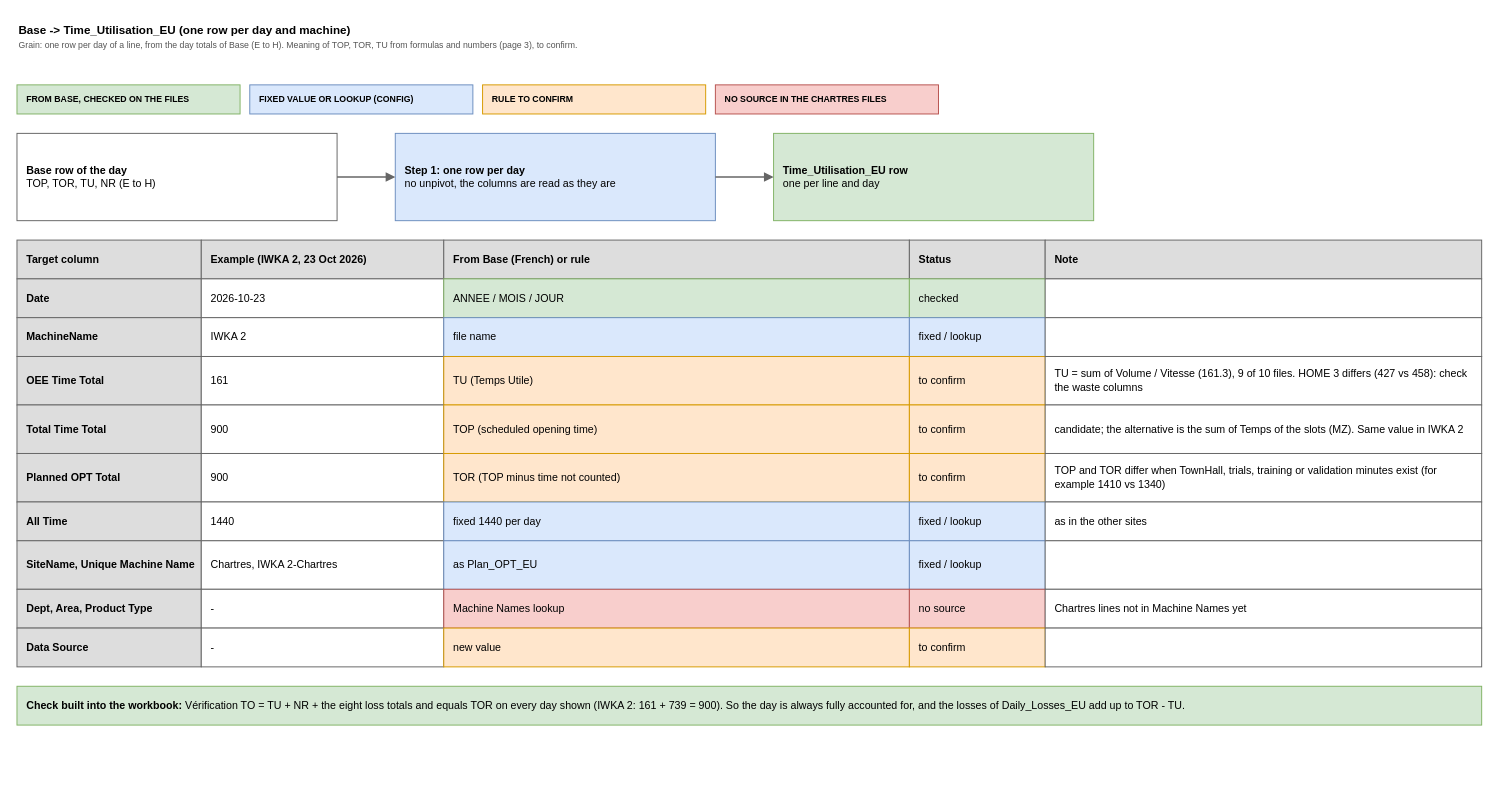
Before: page "6 Base to Time_Utilisation_EU" (7 of 9) of diagrams/chartres-source-map.drawio in AbiyyuMufti/SIH-IBMX-R, a draw.io diagram. Source tidied: cells renumbered, new cells numbered last; positions are measured from the earlier drawing's top-left corner, leaving out a move shared by most shapes. Both pictures are drawn from the tidied source at 97%, with x=0, y=0 at pixel (16, 16).
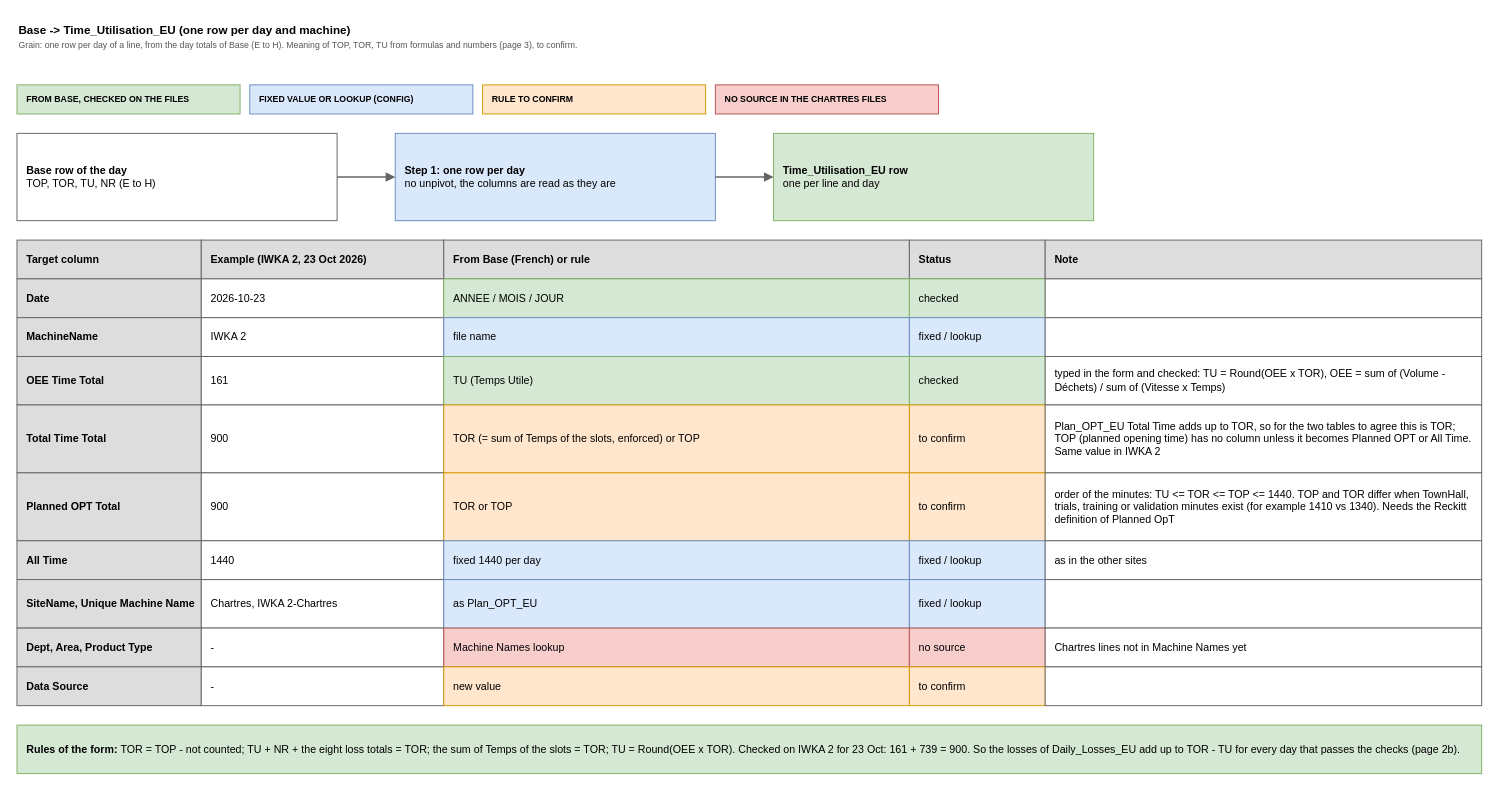
The same page after the edit.

Commit message (it also covers changes not shown here):
Chartres: VBA read as text, rules of the entry form, LineLosses bug, diagram page 2b, Excel written-by column

What changed in the source:
```diff
@@
-    <mxCell id="29" value="TU (Temps Utile)" style="rounded=0;whiteSpace=wrap;html=1;align=left;verticalAlign=middle;spacingLeft=8;spacingRight=6;fontSize=11;fillColor=#ffe6cc;strokeColor=#d79b00;" parent="1" vertex="1">
+    <mxCell id="29" value="TU (Temps Utile)" style="rounded=0;whiteSpace=wrap;html=1;align=left;verticalAlign=middle;spacingLeft=8;spacingRight=6;fontSize=11;fillColor=#d5e8d4;strokeColor=#82b366;" parent="1" vertex="1">
       <mxGeometry x="440" y="350" width="480" height="50" as="geometry" />
     </mxCell>
-    <mxCell id="30" value="to confirm" style="rounded=0;whiteSpace=wrap;html=1;align=left;verticalAlign=middle;spacingLeft=8;spacingRight=6;fontSize=11;fillColor=#ffe6cc;strokeColor=#d79b00;" parent="1" vertex="1">
+    <mxCell id="30" value="checked" style="rounded=0;whiteSpace=wrap;html=1;align=left;verticalAlign=middle;spacingLeft=8;spacingRight=6;fontSize=11;fillColor=#d5e8d4;strokeColor=#82b366;" parent="1" vertex="1">
       <mxGeometry x="920" y="350" width="140" height="50" as="geometry" />
     </mxCell>
-    <mxCell id="31" value="TU = sum of Volume / Vitesse (161.3), 9 of 10 files. HOME 3 differs (427 vs 458): check the waste columns" style="rounded=0;whiteSpace=wrap;html=1;align=left;verticalAlign=middle;spacingLeft=8;spacingRight=6;fontSize=11;fillColor=#ffffff;strokeColor=#666666;" parent="1" vertex="1">
+    <mxCell id="31" value="typed in the form and checked: TU = Round(OEE x TOR), OEE = sum of (Volume - Déchets) / sum of (Vitesse x Temps)" style="rounded=0;whiteSpace=wrap;html=1;align=left;verticalAlign=middle;spacingLeft=8;spacingRight=6;fontSize=11;fillColor=#ffffff;strokeColor=#666666;" parent="1" vertex="1">
       <mxGeometry x="1060" y="350" width="450" height="50" as="geometry" />
     </mxCell>
     <mxCell id="32" value="&lt;b&gt;Total Time Total&lt;/b&gt;" style="rounded=0;whiteSpace=wrap;html=1;align=left;verticalAlign=middle;spacingLeft=8;spacingRight=6;fontSize=11;fillColor=#dddddd;strokeColor=#666666;" parent="1" vertex="1">
-      <mxGeometry y="400" width="190" height="50" as="geometry" />
+      <mxGeometry y="400" width="190" height="70" as="geometry" />
     </mxCell>
     <mxCell id="33" value="900" style="rounded=0;whiteSpace=wrap;html=1;align=left;verticalAlign=middle;spacingLeft=8;spacingRight=6;fontSize=11;fillColor=#ffffff;strokeColor=#666666;" parent="1" vertex="1">
-      <mxGeometry x="190" y="400" width="250" height="50" as="geometry" />
+      <mxGeometry x="190" y="400" width="250" height="70" as="geometry" />
     </mxCell>
-    <mxCell id="34" value="TOP (scheduled opening time)" style="rounded=0;whiteSpace=wrap;html=1;align=left;verticalAlign=middle;spacingLeft=8;spacingRight=6;fontSize=11;fillColor=#ffe6cc;strokeColor=#d79b00;" parent="1" vertex="1">
-      <mxGeometry x="440" y="400" width="480" height="50" as="geometry" />
+    <mxCell id="34" value="TOR (= sum of Temps of the slots, enforced) or TOP" style="rounded=0;whiteSpace=wrap;html=1;align=left;verticalAlign=middle;spacingLeft=8;spacingRight=6;fontSize=11;fillColor=#ffe6cc;strokeColor=#d79b00;" parent="1" vertex="1">
+      <mxGeometry x="440" y="400" width="480" height="70" as="geometry" />
     </mxCell>
     <mxCell id="35" value="to confirm" style="rounded=0;whiteSpace=wrap;html=1;align=left;verticalAlign=middle;spacingLeft=8;spacingRight=6;fontSize=11;fillColor=#ffe6cc;strokeColor=#d79b00;" parent="1" vertex="1">
-      <mxGeometry x="920" y="400" width="140" height="50" as="geometry" />
+      <mxGeometry x="920" y="400" width="140" height="70" as="geometry" />
     </mxCell>
-    <mxCell id="36" value="candidate; the alternative is the sum of Temps of the slots (MZ). Same value in IWKA 2" style="rounded=0;whiteSpace=wrap;html=1;align=left;verticalAlign=middle;spacingLeft=8;spacingRight=6;fontSize=11;fillColor=#ffffff;strokeColor=#666666;" parent="1" vertex="1">
-      <mxGeometry x="1060" y="400" width="450" height="50" as="geometry" />
+    <mxCell id="36" value="Plan_OPT_EU Total Time adds up to TOR, so for the two tables to agree this is TOR; TOP (planned opening time) has no column unless it becomes Planned OPT or All Time. Same value in IWKA 2" style="rounded=0;whiteSpace=wrap;html=1;align=left;verticalAlign=middle;spacingLeft=8;spacingRight=6;fontSize=11;fillColor=#ffffff;strokeColor=#666666;" parent="1" vertex="1">
+      <mxGeometry x="1060" y="400" width="450" height="70" as="geometry" />
     </mxCell>
     <mxCell id="37" value="&lt;b&gt;Planned OPT Total&lt;/b&gt;" style="rounded=0;whiteSpace=wrap;html=1;align=left;verticalAlign=middle;spacingLeft=8;spacingRight=6;fontSize=11;fillColor=#dddddd;strokeColor=#666666;" parent="1" vertex="1">
-      <mxGeometry y="450" width="190" height="50" as="geometry" />
+      <mxGeometry y="470" width="190" height="70" as="geometry" />
     </mxCell>
     <mxCell id="38" value="900" style="rounded=0;whiteSpace=wrap;html=1;align=left;verticalAlign=middle;spacingLeft=8;spacingRight=6;fontSize=11;fillColor=#ffffff;strokeColor=#666666;" parent="1" vertex="1">
-      <mxGeometry x="190" y="450" width="250" height="50" as="geometry" />
+      <mxGeometry x="190" y="470" width="250" height="70" as="geometry" />
     </mxCell>
-    <mxCell id="39" value="TOR (TOP minus time not counted)" style="rounded=0;whiteSpace=wrap;html=1;align=left;verticalAlign=middle;spacingLeft=8;spacingRight=6;fontSize=11;fillColor=#ffe6cc;strokeColor=#d79b00;" parent="1" vertex="1">
-      <mxGeometry x="440" y="450" width="480" height="50" as="geometry" />
+    <mxCell id="39" value="TOR or TOP" style="rounded=0;whiteSpace=wrap;html=1;align=left;verticalAlign=middle;spacingLeft=8;spacingRight=6;fontSize=11;fillColor=#ffe6cc;strokeColor=#d79b00;" parent="1" vertex="1">
+      <mxGeometry x="440" y="470" width="480" height="70" as="geometry" />
     </mxCell>
     <mxCell id="40" value="to confirm" style="rounded=0;whiteSpace=wrap;html=1;align=left;verticalAlign=middle;spacingLeft=8;spacingRight=6;fontSize=11;fillColor=#ffe6cc;strokeColor=#d79b00;" parent="1" vertex="1">
-      <mxGeometry x="920" y="450" width="140" height="50" as="geometry" />
+      <mxGeometry x="920" y="470" width="140" height="70" as="geometry" />
     </mxCell>
-    <mxCell id="41" value="TOP and TOR differ when TownHall, trials, training or validation minutes exist (for example 1410 vs 1340)" style="rounded=0;whiteSpace=wrap;html=1;align=left;verticalAlign=middle;spacingLeft=8;spacingRight=6;fontSize=11;fillColor=#ffffff;strokeColor=#666666;" parent="1" vertex="1">
-      <mxGeometry x="1060" y="450" width="450" height="50" as="geometry" />
+    <mxCell id="41" value="order of the minutes: TU &amp;lt;= TOR &amp;lt;= TOP &amp;lt;= 1440. TOP and TOR differ when TownHall, trials, training or validation minutes exist (for example 1410 vs 1340). Needs the Reckitt definition of Planned OpT" style="rounded=0;whiteSpace=wrap;html=1;align=left;verticalAlign=middle;spacingLeft=8;spacingRight=6;fontSize=11;fillColor=#ffffff;strokeColor=#666666;" parent="1" vertex="1">
+      <mxGeometry x="1060" y="470" width="450" height="70" as="geometry" />
     </mxCell>
     <mxCell id="42" value="&lt;b&gt;All Time&lt;/b&gt;" style="rounded=0;whiteSpace=wrap;html=1;align=left;verticalAlign=middle;spacingLeft=8;spacingRight=6;fontSize=11;fillColor=#dddddd;strokeColor=#666666;" parent="1" vertex="1">
-      <mxGeometry y="500" width="190" height="40" as="geometry" />
+      <mxGeometry y="540" width="190" height="40" as="geometry" />
     </mxCell>
     <mxCell id="43" value="1440" style="rounded=0;whiteSpace=wrap;html=1;align=left;verticalAlign=middle;spacingLeft=8;spacingRight=6;fontSize=11;fillColor=#ffffff;strokeColor=#666666;" parent="1" vertex="1">
-      <mxGeometry x="190" y="500" width="250" height="40" as="geometry" />
+      <mxGeometry x="190" y="540" width="250" height="40" as="geometry" />
     </mxCell>
     <mxCell id="44" value="fixed 1440 per day" style="rounded=0;whiteSpace=wrap;html=1;align=left;verticalAlign=middle;spacingLeft=8;spacingRight=6;fontSize=11;fillColor=#dae8fc;strokeColor=#6c8ebf;" parent="1" vertex="1">
-      <mxGeometry x="440" y="500" width="480" height="40" as="geometry" />
+      <mxGeometry x="440" y="540" width="480" height="40" as="geometry" />
     </mxCell>
     <mxCell id="45" value="fixed / lookup" style="rounded=0;whiteSpace=wrap;html=1;align=left;verticalAlign=middle;spacingLeft=8;spacingRight=6;fontSize=11;fillColor=#dae8fc;strokeColor=#6c8ebf;" parent="1" vertex="1">
-      <mxGeometry x="920" y="500" width="140" height="40" as="geometry" />
+      <mxGeometry x="920" y="540" width="140" height="40" as="geometry" />
     </mxCell>
     <mxCell id="46" value="as in the other sites" style="rounded=0;whiteSpace=wrap;html=1;align=left;verticalAlign=middle;spacingLeft=8;spacingRight=6;fontSize=11;fillColor=#ffffff;strokeColor=#666666;" parent="1" vertex="1">
-      <mxGeometry x="1060" y="500" width="450" height="40" as="geometry" />
+      <mxGeometry x="1060" y="540" width="450" height="40" as="geometry" />
     </mxCell>
     <mxCell id="47" value="&lt;b&gt;SiteName, Unique Machine Name&lt;/b&gt;" style="rounded=0;whiteSpace=wrap;html=1;align=left;verticalAlign=middle;spacingLeft=8;spacingRight=6;fontSize=11;fillColor=#dddddd;strokeColor=#666666;" parent="1" vertex="1">
-      <mxGeometry y="540" width="190" height="50" as="geometry" />
+      <mxGeometry y="580" width="190" height="50" as="geometry" />
     </mxCell>
     <mxCell id="48" value="Chartres, IWKA 2-Chartres" style="rounded=0;whiteSpace=wrap;html=1;align=left;verticalAlign=middle;spacingLeft=8;spacingRight=6;fontSize=11;fillColor=#ffffff;strokeColor=#666666;" parent="1" vertex="1">
-      <mxGeometry x="190" y="540" width="250" height="50" as="geometry" />
+      <mxGeometry x="190" y="580" width="250" height="50" as="geometry" />
     </mxCell>
     <mxCell id="49" value="as Plan_OPT_EU" style="rounded=0;whiteSpace=wrap;html=1;align=left;verticalAlign=middle;spacingLeft=8;spacingRight=6;fontSize=11;fillColor=#dae8fc;strokeColor=#6c8ebf;" parent="1" vertex="1">
-      <mxGeometry x="440" y="540" width="480" height="50" as="geometry" />
+      <mxGeometry x="440" y="580" width="480" height="50" as="geometry" />
     </mxCell>
     <mxCell id="50" value="fixed / lookup" style="rounded=0;whiteSpace=wrap;html=1;align=left;verticalAlign=middle;spacingLeft=8;spacingRight=6;fontSize=11;fillColor=#dae8fc;strokeColor=#6c8ebf;" parent="1" vertex="1">
-      <mxGeometry x="920" y="540" width="140" height="50" as="geometry" />
+      <mxGeometry x="920" y="580" width="140" height="50" as="geometry" />
     </mxCell>
     <mxCell id="51" style="rounded=0;whiteSpace=wrap;html=1;align=left;verticalAlign=middle;spacingLeft=8;spacingRight=6;fontSize=11;fillColor=#ffffff;strokeColor=#666666;" parent="1" vertex="1">
-      <mxGeometry x="1060" y="540" width="450" height="50" as="geometry" />
+      <mxGeometry x="1060" y="580" width="450" height="50" as="geometry" />
     </mxCell>
     <mxCell id="52" value="&lt;b&gt;Dept, Area, Product Type&lt;/b&gt;" style="rounded=0;whiteSpace=wrap;html=1;align=left;verticalAlign=middle;spacingLeft=8;spacingRight=6;fontSize=11;fillColor=#dddddd;strokeColor=#666666;" parent="1" vertex="1">
-      <mxGeometry y="590" width="190" height="40" as="geometry" />
+      <mxGeometry y="630" width="190" height="40" as="geometry" />
     </mxCell>
     <mxCell id="53" value="-" style="rounded=0;whiteSpace=wrap;html=1;align=left;verticalAlign=middle;spacingLeft=8;spacingRight=6;fontSize=11;fillColor=#ffffff;strokeColor=#666666;" parent="1" vertex="1">
-      <mxGeometry x="190" y="590" width="250" height="40" as="geometry" />
+      <mxGeometry x="190" y="630" width="250" height="40" as="geometry" />
     </mxCell>
     <mxCell id="54" value="Machine Names lookup" style="rounded=0;whiteSpace=wrap;html=1;align=left;verticalAlign=middle;spacingLeft=8;spacingRight=6;fontSize=11;fillColor=#f8cecc;strokeColor=#b85450;" parent="1" vertex="1">
-      <mxGeometry x="440" y="590" width="480" height="40" as="geometry" />
+      <mxGeometry x="440" y="630" width="480" height="40" as="geometry" />
     </mxCell>
     <mxCell id="55" value="no source" style="rounded=0;whiteSpace=wrap;html=1;align=left;verticalAlign=middle;spacingLeft=8;spacingRight=6;fontSize=11;fillColor=#f8cecc;strokeColor=#b85450;" parent="1" vertex="1">
-      <mxGeometry x="920" y="590" width="140" height="40" as="geometry" />
+      <mxGeometry x="920" y="630" width="140" height="40" as="geometry" />
     </mxCell>
     <mxCell id="56" value="Chartres lines not in Machine Names yet" style="rounded=0;whiteSpace=wrap;html=1;align=left;verticalAlign=middle;spacingLeft=8;spacingRight=6;fontSize=11;fillColor=#ffffff;strokeColor=#666666;" parent="1" vertex="1">
-      <mxGeometry x="1060" y="590" width="450" height="40" as="geometry" />
+      <mxGeometry x="1060" y="630" width="450" height="40" as="geometry" />
     </mxCell>
     <mxCell id="57" value="&lt;b&gt;Data Source&lt;/b&gt;" style="rounded=0;whiteSpace=wrap;html=1;align=left;verticalAlign=middle;spacingLeft=8;spacingRight=6;fontSize=11;fillColor=#dddddd;strokeColor=#666666;" parent="1" vertex="1">
-      <mxGeometry y="630" width="190" height="40" as="geometry" />
+      <mxGeometry y="670" width="190" height="40" as="geometry" />
     </mxCell>
     <mxCell id="58" value="-" style="rounded=0;whiteSpace=wrap;html=1;align=left;verticalAlign=middle;spacingLeft=8;spacingRight=6;fontSize=11;fillColor=#ffffff;strokeColor=#666666;" parent="1" vertex="1">
-      <mxGeometry x="190" y="630" width="250" height="40" as="geometry" />
+      <mxGeometry x="190" y="670" width="250" height="40" as="geometry" />
     </mxCell>
     <mxCell id="59" value="new value" style="rounded=0;whiteSpace=wrap;html=1;align=left;verticalAlign=middle;spacingLeft=8;spacingRight=6;fontSize=11;fillColor=#ffe6cc;strokeColor=#d79b00;" parent="1" vertex="1">
-      <mxGeometry x="440" y="630" width="480" height="40" as="geometry" />
+      <mxGeometry x="440" y="670" width="480" height="40" as="geometry" />
     </mxCell>
     <mxCell id="60" value="to confirm" style="rounded=0;whiteSpace=wrap;html=1;align=left;verticalAlign=middle;spacingLeft=8;spacingRight=6;fontSize=11;fillColor=#ffe6cc;strokeColor=#d79b00;" parent="1" vertex="1">
-      <mxGeometry x="920" y="630" width="140" height="40" as="geometry" />
+      <mxGeometry x="920" y="670" width="140" height="40" as="geometry" />
     </mxCell>
     <mxCell id="61" style="rounded=0;whiteSpace=wrap;html=1;align=left;verticalAlign=middle;spacingLeft=8;spacingRight=6;fontSize=11;fillColor=#ffffff;strokeColor=#666666;" parent="1" vertex="1">
-      <mxGeometry x="1060" y="630" width="450" height="40" as="geometry" />
+      <mxGeometry x="1060" y="670" width="450" height="40" as="geometry" />
     </mxCell>
-    <mxCell id="62" value="&lt;b&gt;Check built into the workbook: &lt;/b&gt;Vérification TO = TU + NR + the eight loss totals and equals TOR on every day shown (IWKA 2: 161 + 739 = 900). So the day is always fully accounted for, and the losses of Daily_Losses_EU add up to TOR - TU." style="rounded=0;whiteSpace=wrap;html=1;align=left;verticalAlign=middle;spacingLeft=8;spacingRight=6;fontSize=11;fillColor=#d5e8d4;strokeColor=#82b366;" parent="1" vertex="1">
-      <mxGeometry y="690" width="1510" height="40" as="geometry" />
+    <mxCell id="62" value="&lt;b&gt;Rules of the form: &lt;/b&gt;TOR = TOP - not counted; TU + NR + the eight loss totals = TOR; the sum of Temps of the slots = TOR; TU = Round(OEE x TOR). Checked on IWKA 2 for 23 Oct: 161 + 739 = 900. So the losses of Daily_Losses_EU add up to TOR - TU for every day that passes the checks (page 2b)." style="rounded=0;whiteSpace=wrap;html=1;align=left;verticalAlign=middle;spacingLeft=8;spacingRight=6;fontSize=11;fillColor=#d5e8d4;strokeColor=#82b366;" parent="1" vertex="1">
+      <mxGeometry y="730" width="1510" height="50" as="geometry" />
     </mxCell>
```
